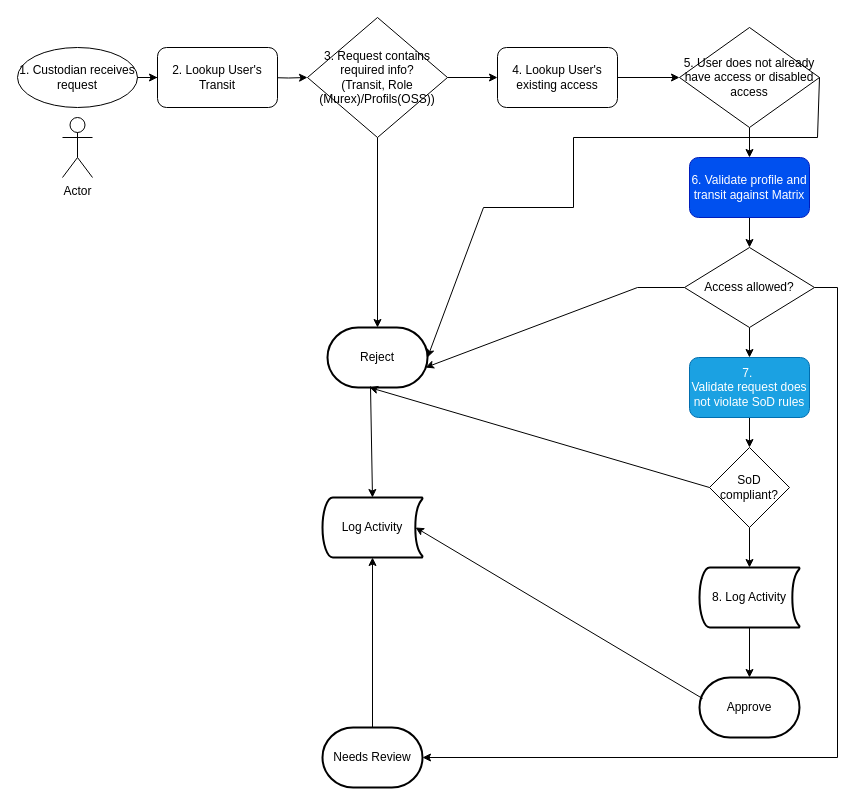
Before: page "Page-1" (1 of 3) of CustodianWorkflow.drawio in michaelbarbara/ai-agents-for-beginners, a draw.io diagram. Source tidied: cells renumbered, new cells numbered last; positions are measured from the earlier drawing's top-left corner, leaving out a move shared by most shapes. Both pictures are drawn from the tidied source at 100%, with x=0, y=0 at pixel (17, 17).
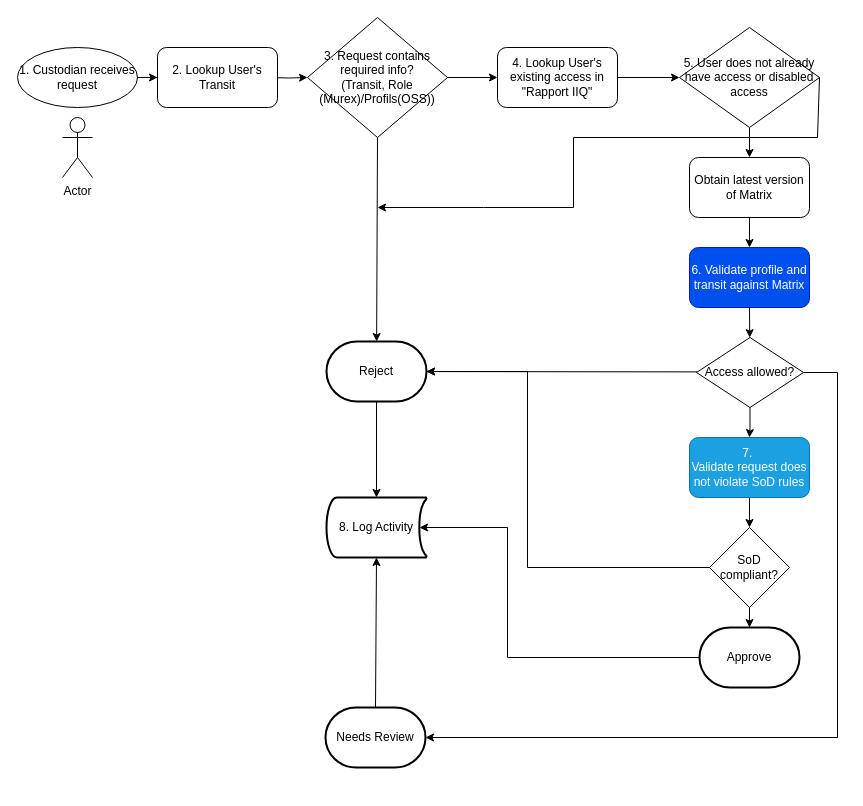
The same page after the edit.

Unchanged cells that the change refers to:
```xml
<mxCell id="13" value="&lt;div&gt;5. User does not already have access or disabled access&lt;/div&gt;" style="rhombus;whiteSpace=wrap;html=1;" parent="1" vertex="1">
  <mxGeometry x="662" y="10" width="140" height="100" as="geometry" />
</mxCell>
```

What changed in the source:
```diff
@@
-    <mxCell id="3" style="edgeStyle=orthogonalEdgeStyle;rounded=0;jettySize=auto;html=1;" parent="1" edge="1" source="4" target="15">
-      <mxGeometry relative="1" as="geometry" />
-    </mxCell>
     <mxCell id="4" value="6. Validate profile and transit against Matrix" style="rounded=1;whiteSpace=wrap;html=1;fillColor=#0050ef;fontColor=#ffffff;strokeColor=#001DBC;" parent="1" vertex="1">
-      <mxGeometry x="672" y="140" width="120" height="60" as="geometry" />
+      <mxGeometry x="672" y="230" width="120" height="60" as="geometry" />
     </mxCell>
@@
     <mxCell id="6" value="7.&amp;nbsp;&lt;div&gt;Validate request does not violate SoD rules&lt;/div&gt;" style="rounded=1;whiteSpace=wrap;html=1;fillColor=#1ba1e2;fontColor=#ffffff;strokeColor=#006EAF;" parent="1" vertex="1">
-      <mxGeometry x="672" y="340" width="120" height="60" as="geometry" />
+      <mxGeometry x="672" y="420" width="120" height="60" as="geometry" />
     </mxCell>
@@
-    <mxCell id="12" style="edgeStyle=orthogonalEdgeStyle;rounded=0;jettySize=auto;html=1;" parent="1" edge="1" source="13" target="4">
-      <mxGeometry relative="1" as="geometry" />
-    </mxCell>
+    <mxCell id="36" style="edgeStyle=orthogonalEdgeStyle;rounded=0;jettySize=auto;html=1;" parent="1" edge="1" source="13" target="37">
+      <mxGeometry relative="1" as="geometry" />
+    </mxCell>
@@
     <mxCell id="15" value="Access allowed?" style="rhombus;whiteSpace=wrap;html=1;" parent="1" vertex="1">
-      <mxGeometry x="667" y="230" width="130" height="80" as="geometry" />
+      <mxGeometry x="679" y="320" width="107" height="70" as="geometry" />
     </mxCell>
-    <mxCell id="16" style="edgeStyle=orthogonalEdgeStyle;rounded=0;jettySize=auto;html=1;" parent="1" edge="1" source="17" target="20">
-      <mxGeometry relative="1" as="geometry">
-        <Array as="points">
-          <mxPoint x="732" y="590" />
-        </Array>
-      </mxGeometry>
-    </mxCell>
     <mxCell id="17" value="SoD compliant?" style="rhombus;whiteSpace=wrap;html=1;" parent="1" vertex="1">
-      <mxGeometry x="692" y="430" width="80" height="80" as="geometry" />
+      <mxGeometry x="692" y="510" width="80" height="80" as="geometry" />
     </mxCell>
@@
-    <mxCell id="19" style="edgeStyle=orthogonalEdgeStyle;rounded=0;jettySize=auto;html=1;" parent="1" edge="1" source="20" target="21">
+    <mxCell id="19" style="edgeStyle=orthogonalEdgeStyle;rounded=0;jettySize=auto;html=1;" parent="1" edge="1" source="17" target="21">
       <mxGeometry relative="1" as="geometry" />
     </mxCell>
-    <mxCell id="20" value="8. Log Activity" style="strokeWidth=2;html=1;shape=mxgraph.flowchart.stored_data;whiteSpace=wrap;" parent="1" vertex="1">
-      <mxGeometry x="682" y="550" width="100" height="60" as="geometry" />
-    </mxCell>
     <mxCell id="21" value="Approve" style="strokeWidth=2;html=1;shape=mxgraph.flowchart.terminator;whiteSpace=wrap;" parent="1" vertex="1">
-      <mxGeometry x="682" y="660" width="100" height="60" as="geometry" />
+      <mxGeometry x="682" y="610" width="100" height="60" as="geometry" />
     </mxCell>
-    <mxCell id="22" value="Log Activity" style="strokeWidth=2;html=1;shape=mxgraph.flowchart.stored_data;whiteSpace=wrap;" parent="1" vertex="1">
-      <mxGeometry x="305" y="480" width="100" height="60" as="geometry" />
+    <mxCell id="22" value="8. Log Activity" style="strokeWidth=2;html=1;shape=mxgraph.flowchart.stored_data;whiteSpace=wrap;" parent="1" vertex="1">
+      <mxGeometry x="309" y="480" width="100" height="60" as="geometry" />
     </mxCell>
-    <mxCell id="23" style="endArrow=classic;html=1;rounded=0;exitX=1;exitY=0.5;exitDx=0;exitDy=0;entryX=1;entryY=0.5;entryDx=0;entryDy=0;entryPerimeter=0;" parent="1" edge="1" source="13" target="30">
+    <mxCell id="23" style="endArrow=classic;html=1;rounded=0;exitX=1;exitY=0.5;exitDx=0;exitDy=0;" parent="1" edge="1" source="13">
       <mxGeometry relative="1" as="geometry">
+        <mxPoint x="360" y="190" as="targetPoint" />
         <Array as="points">
           <mxPoint x="800" y="120" />
           <mxPoint x="556" y="120" />
           <mxPoint x="556" y="190" />
           <mxPoint x="466" y="190" />
         </Array>
       </mxGeometry>
     </mxCell>
-    <mxCell id="24" style="endArrow=classic;html=1;rounded=0;exitX=0;exitY=0.5;exitDx=0;exitDy=0;entryX=0.98;entryY=0.667;entryDx=0;entryDy=0;entryPerimeter=0;" parent="1" edge="1" source="15" target="30">
-      <mxGeometry relative="1" as="geometry">
-        <Array as="points">
-          <mxPoint x="620" y="270" />
-        </Array>
-      </mxGeometry>
-    </mxCell>
@@
-    <mxCell id="27" value="4. Lookup User's existing access" style="rounded=1;whiteSpace=wrap;html=1;" parent="1" vertex="1">
+    <mxCell id="27" value="4. Lookup User's existing access in &quot;Rapport IIQ&quot;" style="rounded=1;whiteSpace=wrap;html=1;" parent="1" vertex="1">
       <mxGeometry x="480" y="30" width="120" height="60" as="geometry" />
     </mxCell>
     <mxCell id="28" value="Needs Review" style="strokeWidth=2;html=1;shape=mxgraph.flowchart.terminator;whiteSpace=wrap;" parent="1" vertex="1">
-      <mxGeometry x="305" y="710" width="100" height="60" as="geometry" />
+      <mxGeometry x="308" y="690" width="100" height="60" as="geometry" />
     </mxCell>
     <mxCell id="29" style="endArrow=classic;html=1;rounded=0;exitX=1;exitY=0.5;exitDx=0;exitDy=0;entryX=1;entryY=0.5;entryDx=0;entryDy=0;entryPerimeter=0;" parent="1" edge="1" source="15" target="28">
       <mxGeometry relative="1" as="geometry">
         <Array as="points">
-          <mxPoint x="820" y="270" />
-          <mxPoint x="820" y="740" />
+          <mxPoint x="820" y="355" />
+          <mxPoint x="820" y="720" />
         </Array>
       </mxGeometry>
     </mxCell>
     <mxCell id="30" value="&lt;div&gt;Reject&lt;/div&gt;" style="strokeWidth=2;html=1;shape=mxgraph.flowchart.terminator;whiteSpace=wrap;" parent="1" vertex="1">
-      <mxGeometry x="310" y="310" width="100" height="60" as="geometry" />
+      <mxGeometry x="309" y="324" width="100" height="60" as="geometry" />
     </mxCell>
@@
-    <mxCell id="32" style="endArrow=classic;html=1;rounded=0;exitX=0;exitY=0.5;exitDx=0;exitDy=0;entryX=0.42;entryY=1;entryDx=0;entryDy=0;entryPerimeter=0;" parent="1" edge="1" source="17" target="30">
-      <mxGeometry relative="1" as="geometry" />
+    <mxCell id="32" style="endArrow=classic;html=1;rounded=0;exitX=0;exitY=0.5;exitDx=0;exitDy=0;entryX=1;entryY=0.5;entryDx=0;entryDy=0;entryPerimeter=0;" parent="1" edge="1" source="17" target="30">
+      <mxGeometry relative="1" as="geometry">
+        <Array as="points">
+          <mxPoint x="510" y="550" />
+          <mxPoint x="510" y="354" />
+        </Array>
+      </mxGeometry>
     </mxCell>
-    <mxCell id="33" style="endArrow=classic;html=1;rounded=0;exitX=0.43;exitY=0.983;exitDx=0;exitDy=0;exitPerimeter=0;entryX=0.5;entryY=0;entryDx=0;entryDy=0;entryPerimeter=0;" parent="1" edge="1" source="30" target="22">
+    <mxCell id="33" style="endArrow=classic;html=1;rounded=0;exitX=0.5;exitY=1;exitDx=0;exitDy=0;exitPerimeter=0;entryX=0.5;entryY=0;entryDx=0;entryDy=0;entryPerimeter=0;" parent="1" edge="1" source="30" target="22">
       <mxGeometry relative="1" as="geometry" />
     </mxCell>
@@
-    <mxCell id="35" style="endArrow=classic;html=1;rounded=0;exitX=0.03;exitY=0.35;exitDx=0;exitDy=0;exitPerimeter=0;entryX=0.93;entryY=0.5;entryDx=0;entryDy=0;entryPerimeter=0;" parent="1" edge="1" source="21" target="22">
-      <mxGeometry relative="1" as="geometry" />
+    <mxCell id="35" style="endArrow=classic;html=1;rounded=0;exitX=0;exitY=0.5;exitDx=0;exitDy=0;exitPerimeter=0;entryX=0.93;entryY=0.5;entryDx=0;entryDy=0;entryPerimeter=0;" parent="1" edge="1" source="21" target="22">
+      <mxGeometry relative="1" as="geometry">
+        <Array as="points">
+          <mxPoint x="490" y="640" />
+          <mxPoint x="490" y="510" />
+        </Array>
+      </mxGeometry>
     </mxCell>
+    <mxCell id="37" value="Obtain latest version of Matrix" style="rounded=1;whiteSpace=wrap;html=1;" parent="1" vertex="1">
+      <mxGeometry x="672" y="140" width="120" height="60" as="geometry" />
+    </mxCell>
+    <mxCell id="38" style="endArrow=classic;html=1;rounded=0;entryX=0.5;entryY=0;entryDx=0;entryDy=0;exitX=0.5;exitY=1;exitDx=0;exitDy=0;" parent="1" edge="1" source="37" target="4">
+      <mxGeometry relative="1" as="geometry" />
+    </mxCell>
+    <mxCell id="3" style="endArrow=classic;html=1;rounded=0;exitX=0.5;exitY=1;exitDx=0;exitDy=0;" parent="1" edge="1" source="4" target="15">
+      <mxGeometry relative="1" as="geometry" />
+    </mxCell>
+    <mxCell id="39" style="endArrow=classic;html=1;rounded=0;" parent="1" edge="1" target="30">
+      <mxGeometry relative="1" as="geometry">
+        <mxPoint x="679.6" y="354.4" as="sourcePoint" />
+      </mxGeometry>
+    </mxCell>
```
